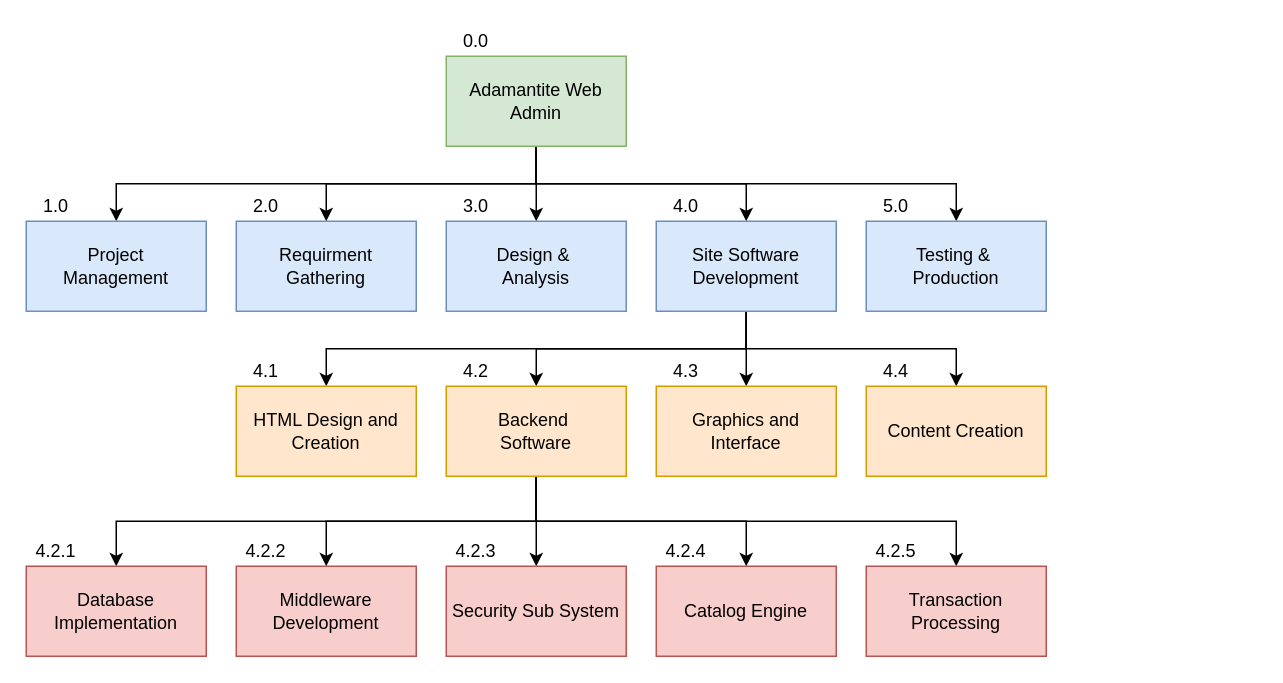
milw0rm54/DiagramProject-GamesWeb keeps this draw.io diagram as page "WBS Site Development" (2 of 2) of Untitled Diagram.drawio. Above is the earlier version. Source tidied: cells renumbered, new cells numbered last; positions are measured from the earlier drawing's top-left corner, leaving out a move shared by most shapes. Both pictures are drawn from the tidied source at 150%, with x=0, y=0 at pixel (26, 26).
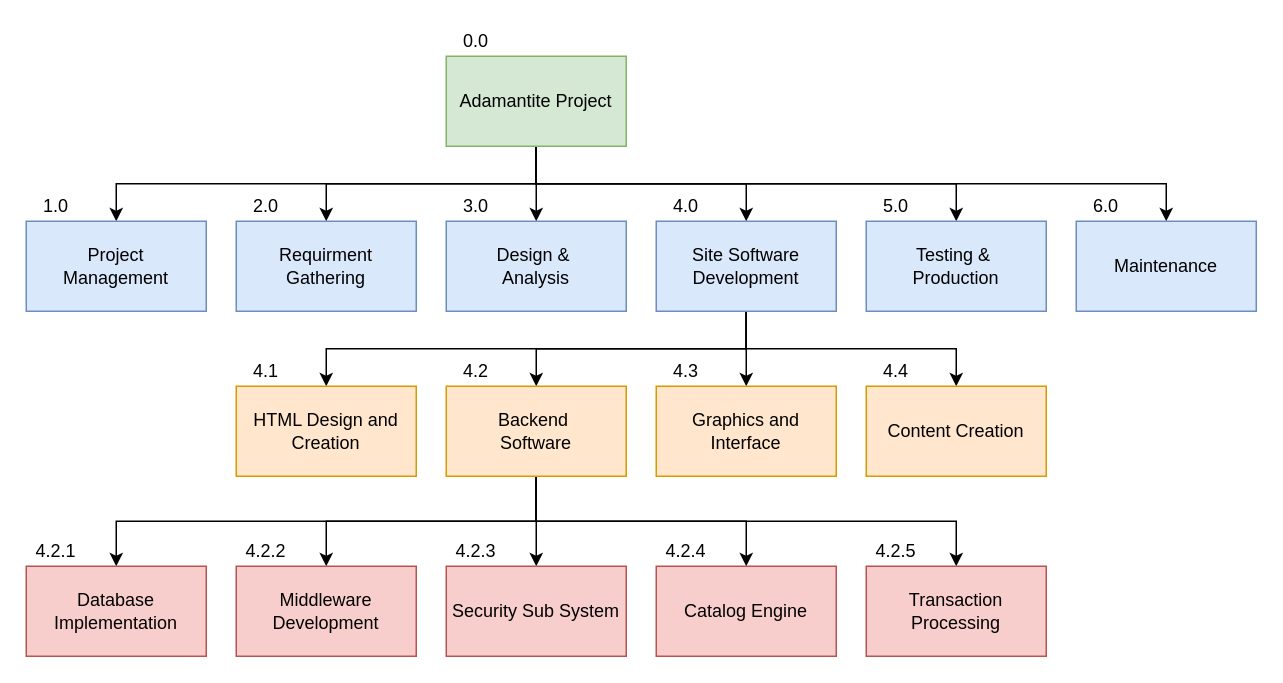
Above is the later version.

Commit message:
Update-1.2.0 Wbs Site Dev Diagram.drawio

What changed in the source:
```diff
@@
+    <mxCell id="46" style="edgeStyle=orthogonalEdgeStyle;rounded=0;jettySize=auto;html=1;exitX=0.5;exitY=1;exitDx=0;exitDy=0;entryX=0.5;entryY=0;entryDx=0;entryDy=0;" parent="1" edge="1" source="7" target="47">
+      <mxGeometry relative="1" as="geometry" />
+    </mxCell>
-    <mxCell id="7" value="Adamantite Web Admin" style="rounded=0;whiteSpace=wrap;html=1;fillColor=#d5e8d4;strokeColor=#82b366;" parent="1" vertex="1">
+    <mxCell id="7" value="Adamantite Project" style="rounded=0;whiteSpace=wrap;html=1;fillColor=#d5e8d4;strokeColor=#82b366;" parent="1" vertex="1">
       <mxGeometry x="280" y="20" width="120" height="60" as="geometry" />
     </mxCell>
@@
+    <mxCell id="47" value="Maintenance" style="rounded=0;whiteSpace=wrap;html=1;fillColor=#dae8fc;strokeColor=#6c8ebf;" parent="1" vertex="1">
+      <mxGeometry x="700" y="130" width="120" height="60" as="geometry" />
+    </mxCell>
+    <mxCell id="48" value="6.0" style="text;html=1;strokeColor=none;fillColor=none;align=center;verticalAlign=middle;whiteSpace=wrap;rounded=0;" parent="1" vertex="1">
+      <mxGeometry x="700" y="110" width="40" height="20" as="geometry" />
+    </mxCell>
```
